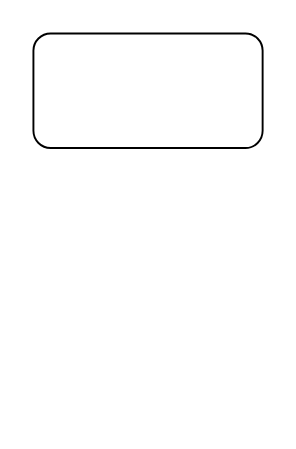
Before: Hangman project.drawio in Kevinadiputra/100-day-of-coding-challenge-python, a draw.io diagram. Source tidied: cells renumbered, new cells numbered last; positions are measured from the earlier drawing's top-left corner, leaving out a move shared by most shapes. Both pictures are drawn from the tidied source at 191%, with x=0, y=0 at pixel (32, 32).
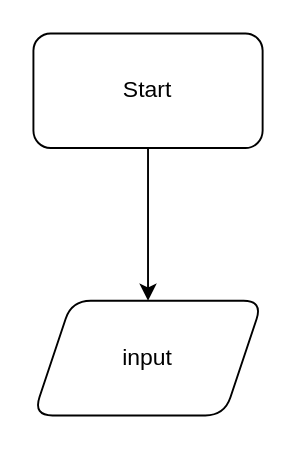
The same page after the edit.

The edit, as a diff of the source:
```diff
@@
 <mxGraphModel>
   <root>
     <mxCell id="0" />
     <mxCell id="1" parent="0" />
+    <mxCell id="3" style="edgeStyle=orthogonalEdgeStyle;rounded=0;jettySize=auto;html=1;" parent="1" edge="1" source="2" target="4">
+      <mxGeometry relative="1" as="geometry" />
+    </mxCell>
-    <mxCell id="2" style="rounded=1;whiteSpace=wrap;html=1;" parent="1" vertex="1">
+    <mxCell id="2" value="Start" style="rounded=1;whiteSpace=wrap;html=1;" parent="1" vertex="1">
       <mxGeometry width="120" height="60" as="geometry" />
     </mxCell>
+    <mxCell id="4" value="input" style="shape=parallelogram;perimeter=parallelogramPerimeter;whiteSpace=wrap;html=1;fixedSize=1;rounded=1;" parent="1" vertex="1">
+      <mxGeometry y="140" width="120" height="60" as="geometry" />
+    </mxCell>
   </root>
 </mxGraphModel>
```
